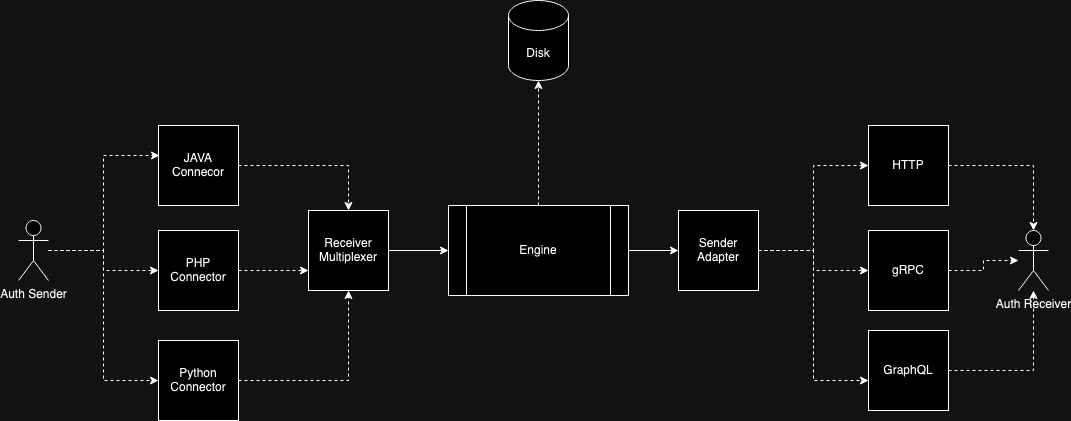
khshourov/draw.io keeps this draw.io diagram as reminderdb.hld.png. Above is the earlier version. Source tidied: cells renumbered, new cells last; positions are measured from the earlier drawing's top-left corner, leaving out a move shared by most shapes.
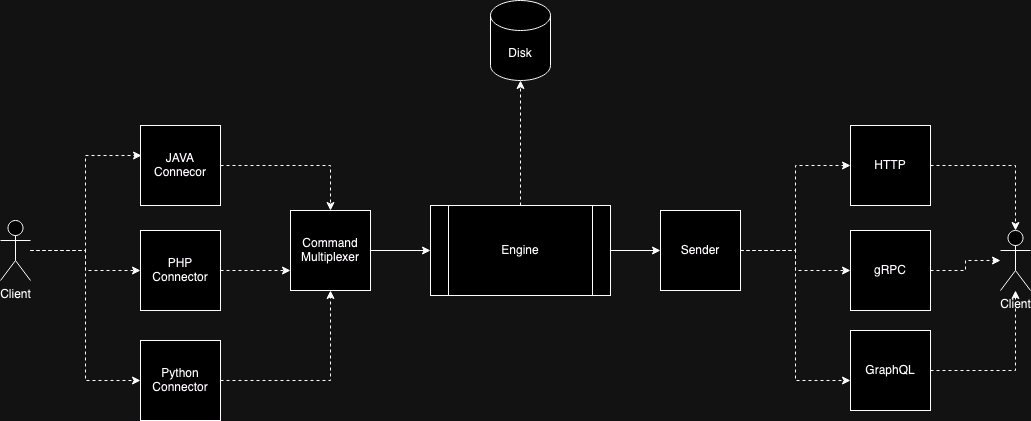
Later version of the same file.

The edit, as a diff of the source:
```diff
@@ -5,7 +5,7 @@
     <mxCell id="2" style="edgeStyle=orthogonalEdgeStyle;rounded=0;jettySize=auto;html=1;exitX=1;exitY=0.5;exitDx=0;exitDy=0;entryX=0;entryY=0.5;entryDx=0;entryDy=0;" parent="1" edge="1" source="3" target="9">
       <mxGeometry relative="1" as="geometry" />
     </mxCell>
-    <mxCell id="3" value="&lt;div&gt;Receiver Multiplexer&lt;br&gt;&lt;/div&gt;" style="whiteSpace=wrap;html=1;" parent="1" vertex="1">
+    <mxCell id="3" value="&lt;div&gt;Command Multiplexer&lt;br&gt;&lt;/div&gt;" style="whiteSpace=wrap;html=1;" parent="1" vertex="1">
       <mxGeometry x="290" y="210" width="80" height="80" as="geometry" />
     </mxCell>
     <mxCell id="4" value="Disk" style="shape=cylinder3;whiteSpace=wrap;html=1;boundedLbl=1;backgroundOutline=1;size=15;" parent="1" vertex="1">
@@ -17,7 +17,7 @@
     <mxCell id="6" style="edgeStyle=orthogonalEdgeStyle;rounded=0;jettySize=auto;html=1;entryX=0;entryY=0.5;entryDx=0;entryDy=0;dashed=1;" parent="1" edge="1" source="7" target="24">
       <mxGeometry relative="1" as="geometry" />
     </mxCell>
-    <mxCell id="7" value="Sender Adapter" style="whiteSpace=wrap;html=1;" parent="1" vertex="1">
+    <mxCell id="7" value="Sender" style="whiteSpace=wrap;html=1;" parent="1" vertex="1">
       <mxGeometry x="660" y="210" width="80" height="80" as="geometry" />
     </mxCell>
     <mxCell id="8" style="edgeStyle=orthogonalEdgeStyle;rounded=0;jettySize=auto;html=1;entryX=0;entryY=0.5;entryDx=0;entryDy=0;" parent="1" edge="1" source="9" target="7">
@@ -53,13 +53,13 @@
     <mxCell id="18" style="edgeStyle=orthogonalEdgeStyle;rounded=0;jettySize=auto;html=1;entryX=0;entryY=0.5;entryDx=0;entryDy=0;dashed=1;" parent="1" edge="1" source="19" target="16">
       <mxGeometry relative="1" as="geometry" />
     </mxCell>
-    <mxCell id="19" value="Auth Sender" style="shape=umlActor;verticalLabelPosition=bottom;verticalAlign=top;html=1;outlineConnect=0;" parent="1" vertex="1">
+    <mxCell id="19" value="Client" style="shape=umlActor;verticalLabelPosition=bottom;verticalAlign=top;html=1;outlineConnect=0;" parent="1" vertex="1">
       <mxGeometry y="220" width="30" height="60" as="geometry" />
     </mxCell>
     <mxCell id="20" style="edgeStyle=orthogonalEdgeStyle;rounded=0;jettySize=auto;html=1;entryX=0.013;entryY=0.375;entryDx=0;entryDy=0;entryPerimeter=0;dashed=1;" parent="1" edge="1" source="19" target="12">
       <mxGeometry relative="1" as="geometry" />
     </mxCell>
-    <mxCell id="21" value="Auth Receiver" style="shape=umlActor;verticalLabelPosition=bottom;verticalAlign=top;html=1;outlineConnect=0;" parent="1" vertex="1">
+    <mxCell id="21" value="Client" style="shape=umlActor;verticalLabelPosition=bottom;verticalAlign=top;html=1;outlineConnect=0;" parent="1" vertex="1">
       <mxGeometry x="1000" y="230" width="30" height="60" as="geometry" />
     </mxCell>
     <mxCell id="22" value="HTTP" style="whiteSpace=wrap;html=1;" parent="1" vertex="1">
```
